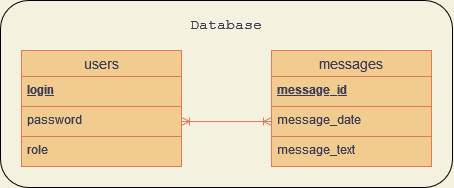
RazumeetsyaDanila/writer-reader-app keeps this draw.io diagram as writer-reader-db.drawio.png. Above is the earlier version. Source tidied: cells renumbered, new cells last; positions are measured from the earlier drawing's top-left corner, leaving out a move shared by most shapes.
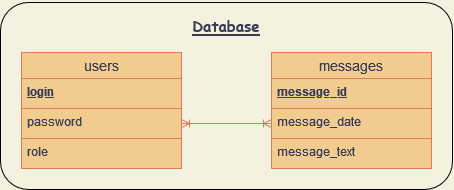
After the commit.

Diff of the diagram source:
```diff
@@ -32,8 +32,8 @@
     <mxCell id="11" style="rounded=1;whiteSpace=wrap;html=1;sketch=0;fillColor=none;" parent="1" vertex="1">
       <mxGeometry width="452" height="187" as="geometry" />
     </mxCell>
-    <mxCell id="12" value="&lt;font style=&quot;font-size: 15px&quot; face=&quot;Courier New&quot;&gt;Database&lt;/font&gt;" style="text;html=1;strokeColor=none;fillColor=none;align=center;verticalAlign=middle;whiteSpace=wrap;rounded=0;sketch=0;fontColor=#393C56;" parent="1" vertex="1">
-      <mxGeometry x="163" width="126" height="50" as="geometry" />
+    <mxCell id="12" value="&lt;h2&gt;&lt;u&gt;&lt;font style=&quot;font-size: 15px&quot; face=&quot;Comic Sans MS&quot;&gt;Database&lt;/font&gt;&lt;/u&gt;&lt;/h2&gt;" style="text;html=1;strokeColor=none;fillColor=none;align=center;verticalAlign=middle;whiteSpace=wrap;rounded=0;sketch=0;fontColor=#393C56;" parent="1" vertex="1">
+      <mxGeometry x="163" y="7" width="126" height="32" as="geometry" />
     </mxCell>
   </root>
 </mxGraphModel>
```
